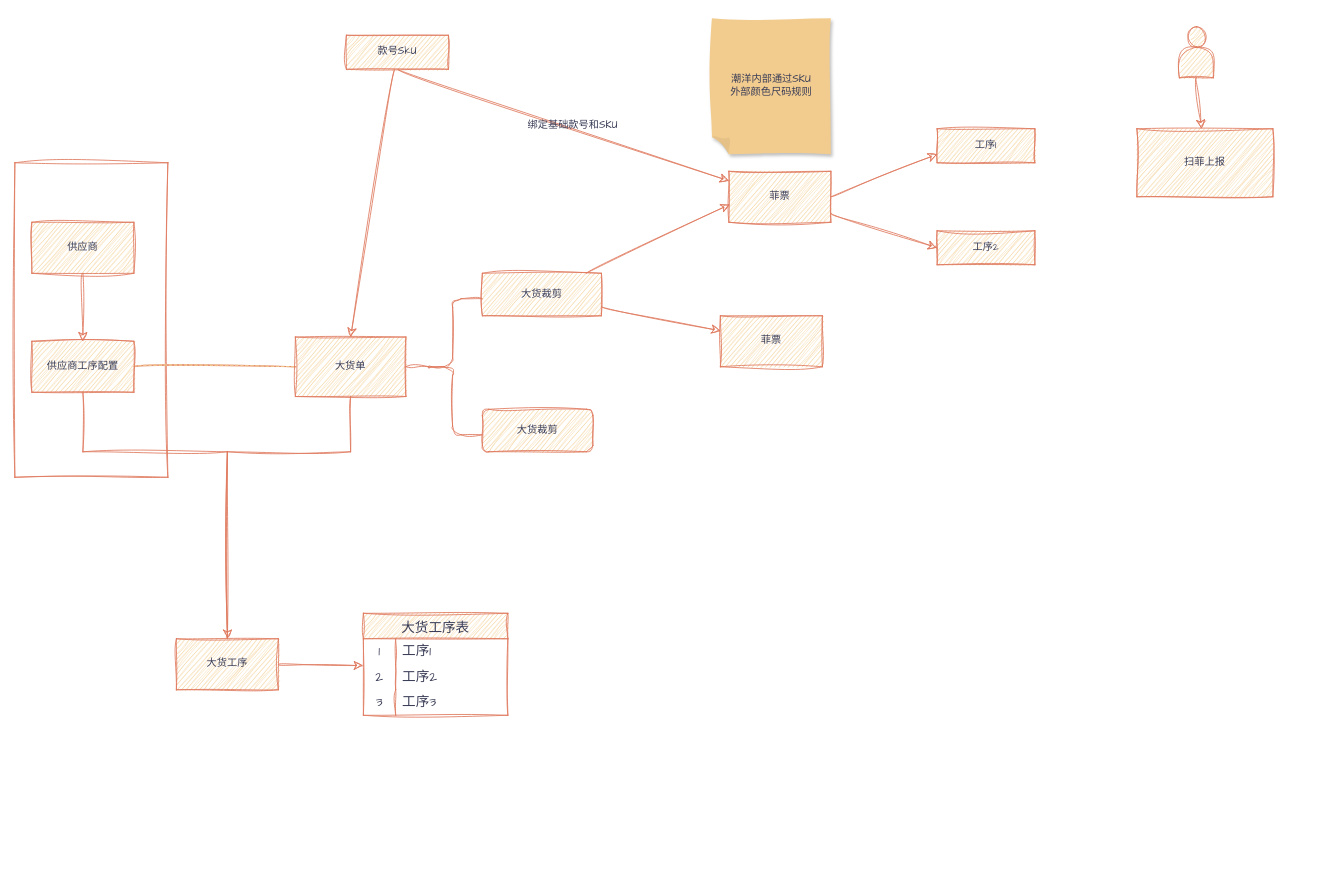
Before: mes整理.drawio in zachary-lzc/diagram, a draw.io diagram. Source tidied: cells renumbered, new cells numbered last; positions are measured from the earlier drawing's top-left corner, leaving out a move shared by most shapes. Both pictures are drawn from the tidied source at 85%, with x=0, y=0 at pixel (14, 18). Pictures stored in the file or linked from it are replaced by grey dashed boxes.
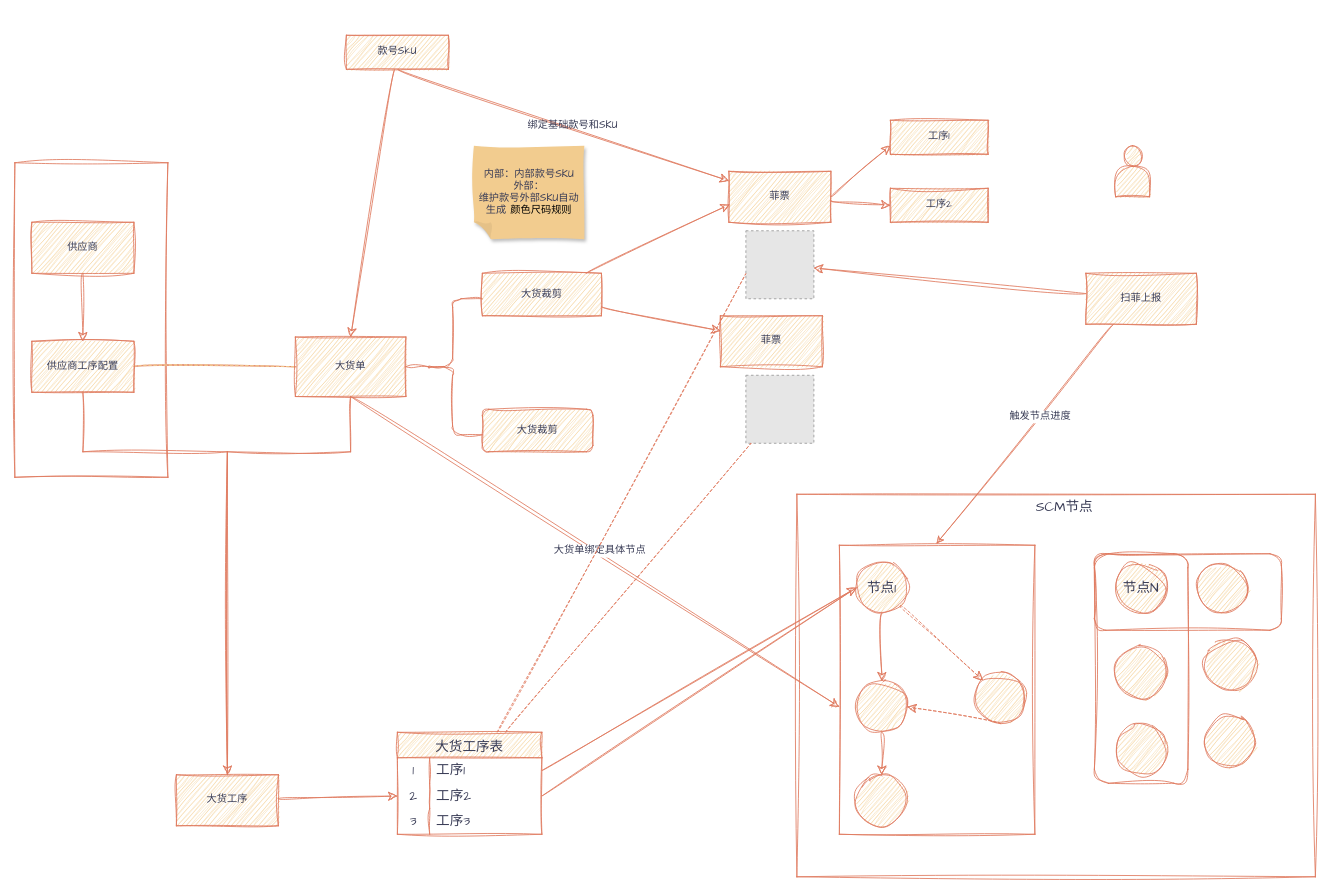
The same diagram, later.

Unchanged cells that the change refers to:
```xml
<mxCell id="10" value="大货单" style="rounded=0;whiteSpace=wrap;html=1;sketch=1;hachureGap=4;jiggle=2;curveFitting=1;strokeColor=#E07A5F;fontFamily=Architects Daughter;fontColor=#393C56;fillColor=#F2CC8F;labelBackgroundColor=none;" parent="1" vertex="1">
  <mxGeometry x="330" y="375" width="130" height="70" as="geometry" />
</mxCell>
<mxCell id="33" style="shape=tableRow;horizontal=0;startSize=0;swimlaneHead=0;swimlaneBody=0;top=0;left=0;bottom=0;right=0;fillColor=none;points=[[0,0.5],[1,0.5]];portConstraint=eastwest;strokeColor=#E07A5F;fontSize=16;sketch=1;hachureGap=4;jiggle=2;curveFitting=1;fontFamily=Architects Daughter;fontColor=#393C56;labelBackgroundColor=none;" parent="32" vertex="1">
  <mxGeometry y="30" width="170" height="30" as="geometry" />
</mxCell>
<mxCell id="36" style="shape=tableRow;horizontal=0;startSize=0;swimlaneHead=0;swimlaneBody=0;top=0;left=0;bottom=0;right=0;fillColor=none;points=[[0,0.5],[1,0.5]];portConstraint=eastwest;strokeColor=#E07A5F;fontSize=16;sketch=1;hachureGap=4;jiggle=2;curveFitting=1;fontFamily=Architects Daughter;fontColor=#393C56;labelBackgroundColor=none;" parent="32" vertex="1">
  <mxGeometry y="60" width="170" height="30" as="geometry" />
</mxCell>
```

Change to the diagram source:
```diff
@@
+    <mxCell id="45" style="edgeStyle=none;curved=1;rounded=0;sketch=1;hachureGap=4;jiggle=2;curveFitting=1;jettySize=auto;html=1;exitX=0.5;exitY=1;exitDx=0;exitDy=0;strokeColor=#E07A5F;fontFamily=Architects Daughter;fontSize=12;fontColor=#393C56;startSize=8;endSize=8;fillColor=#F2CC8F;entryX=0;entryY=0.559;entryDx=0;entryDy=0;entryPerimeter=0;" parent="1" edge="1" source="10" target="56">
+      <mxGeometry relative="1" as="geometry" />
+    </mxCell>
+    <mxCell id="46" value="大货单绑定具体节点" style="edgeLabel;html=1;align=center;verticalAlign=middle;fontSize=12;sketch=1;hachureGap=4;jiggle=2;curveFitting=1;strokeColor=#E07A5F;fontFamily=Architects Daughter;fontColor=#393C56;fillColor=#F2CC8F;" parent="45" vertex="1">
+      <mxGeometry x="0.01" y="3" relative="1" as="geometry" />
+    </mxCell>
@@
     <mxCell id="11" value="大货工序" style="whiteSpace=wrap;html=1;fontFamily=Architects Daughter;fillColor=#F2CC8F;strokeColor=#E07A5F;fontColor=#393C56;rounded=0;sketch=1;hachureGap=4;jiggle=2;curveFitting=1;labelBackgroundColor=none;" parent="1" vertex="1">
-      <mxGeometry x="190" y="730" width="120" height="60" as="geometry" />
+      <mxGeometry x="190" y="890" width="120" height="60" as="geometry" />
     </mxCell>
@@
-    <mxCell id="28" value="潮洋内部通过SKU&lt;div&gt;外部颜色尺码规则&lt;/div&gt;" style="shape=note;whiteSpace=wrap;html=1;backgroundOutline=1;fontColor=#393C56;darkOpacity=0.05;fillColor=#F2CC8F;strokeColor=none;fillStyle=solid;direction=west;gradientDirection=north;shadow=1;size=20;sketch=1;hachureGap=4;jiggle=2;curveFitting=1;fontFamily=Architects Daughter;labelBackgroundColor=none;" parent="1" vertex="1">
-      <mxGeometry x="820" width="140" height="160" as="geometry" />
+    <mxCell id="28" value="内部：内部款号SKU&lt;div&gt;外部：&lt;/div&gt;&lt;div&gt;维护款号外部SKU自动生成&amp;nbsp;&lt;span style=&quot;background-color: transparent; color: light-dark(rgb(0, 0, 0), rgb(237, 237, 237));&quot;&gt;颜色尺码规则&lt;/span&gt;&lt;/div&gt;" style="shape=note;whiteSpace=wrap;html=1;backgroundOutline=1;fontColor=#393C56;darkOpacity=0.05;fillColor=#F2CC8F;strokeColor=none;fillStyle=solid;direction=west;gradientDirection=north;shadow=1;size=20;sketch=1;hachureGap=4;jiggle=2;curveFitting=1;fontFamily=Architects Daughter;labelBackgroundColor=none;" parent="1" vertex="1">
+      <mxGeometry x="540" y="150" width="130" height="110" as="geometry" />
     </mxCell>
+    <mxCell id="47" style="edgeStyle=none;curved=1;rounded=0;sketch=1;hachureGap=4;jiggle=2;curveFitting=1;jettySize=auto;html=1;strokeColor=#E07A5F;fontFamily=Architects Daughter;fontSize=12;fontColor=#393C56;startSize=8;endSize=8;fillColor=#F2CC8F;" parent="1" edge="1" source="29" target="50">
+      <mxGeometry relative="1" as="geometry" />
+    </mxCell>
+    <mxCell id="48" style="edgeStyle=none;curved=1;rounded=0;sketch=1;hachureGap=4;jiggle=2;curveFitting=1;jettySize=auto;html=1;exitX=0.25;exitY=1;exitDx=0;exitDy=0;strokeColor=#E07A5F;fontFamily=Architects Daughter;fontSize=12;fontColor=#393C56;fillColor=#F2CC8F;shape=filledEdge;entryX=0.497;entryY=-0.006;entryDx=0;entryDy=0;entryPerimeter=0;" parent="1" edge="1" source="29" target="56">
+      <mxGeometry relative="1" as="geometry" />
+    </mxCell>
+    <mxCell id="49" value="触发节点进度" style="edgeLabel;html=1;align=center;verticalAlign=middle;fontSize=12;sketch=1;hachureGap=4;jiggle=2;curveFitting=1;strokeColor=#E07A5F;fontFamily=Architects Daughter;fontColor=#393C56;fillColor=#F2CC8F;" parent="48" vertex="1">
+      <mxGeometry x="-0.16" relative="1" as="geometry" />
+    </mxCell>
     <mxCell id="29" value="扫菲上报" style="rounded=0;whiteSpace=wrap;html=1;sketch=1;hachureGap=4;jiggle=2;curveFitting=1;strokeColor=#E07A5F;fontFamily=Architects Daughter;fontColor=#393C56;fillColor=#F2CC8F;labelBackgroundColor=none;" parent="1" vertex="1">
-      <mxGeometry x="1320" y="130" width="160" height="80" as="geometry" />
+      <mxGeometry x="1260" y="300" width="130" height="60" as="geometry" />
     </mxCell>
     <mxCell id="30" value="工序1" style="rounded=0;whiteSpace=wrap;html=1;sketch=1;hachureGap=4;jiggle=2;curveFitting=1;strokeColor=#E07A5F;fontFamily=Architects Daughter;fontColor=#393C56;fillColor=#F2CC8F;labelBackgroundColor=none;" parent="1" vertex="1">
-      <mxGeometry x="1085" y="130" width="115" height="40" as="geometry" />
+      <mxGeometry x="1030" y="120" width="115" height="40" as="geometry" />
     </mxCell>
     <mxCell id="31" value="工序2" style="rounded=0;whiteSpace=wrap;html=1;sketch=1;hachureGap=4;jiggle=2;curveFitting=1;strokeColor=#E07A5F;fontFamily=Architects Daughter;fontColor=#393C56;fillColor=#F2CC8F;labelBackgroundColor=none;" parent="1" vertex="1">
-      <mxGeometry x="1085" y="250" width="115" height="40" as="geometry" />
+      <mxGeometry x="1030" y="200" width="115" height="40" as="geometry" />
     </mxCell>
     <mxCell id="32" value="大货工序表" style="shape=table;startSize=30;childLayout=tableLayout;rowLines=0;fontStyle=0;strokeColor=#E07A5F;fontSize=16;sketch=1;hachureGap=4;jiggle=2;curveFitting=1;fontFamily=Architects Daughter;fontColor=#393C56;fillColor=#F2CC8F;labelBackgroundColor=none;" parent="1" vertex="1">
-      <mxGeometry x="410" y="700" width="170" height="120" as="geometry" />
+      <mxGeometry x="450" y="840" width="170" height="120" as="geometry" />
     </mxCell>
@@
-    <mxCell id="42" style="edgeStyle=none;curved=1;rounded=0;sketch=1;hachureGap=4;jiggle=2;curveFitting=1;jettySize=auto;html=1;entryX=-0.003;entryY=0.051;entryDx=0;entryDy=0;entryPerimeter=0;strokeColor=#E07A5F;fontFamily=Architects Daughter;fontSize=12;fontColor=default;startSize=8;endSize=8;fillColor=#F2CC8F;labelBackgroundColor=none;" parent="1" edge="1" source="11" target="36">
+    <mxCell id="42" style="edgeStyle=none;curved=1;rounded=0;sketch=1;hachureGap=4;jiggle=2;curveFitting=1;jettySize=auto;html=1;strokeColor=#E07A5F;fontFamily=Architects Daughter;fontSize=12;fontColor=#393C56;startSize=8;endSize=8;fillColor=#F2CC8F;entryX=0;entryY=0.5;entryDx=0;entryDy=0;" parent="1" edge="1" source="11" target="36">
       <mxGeometry relative="1" as="geometry" />
     </mxCell>
-    <mxCell id="43" style="edgeStyle=none;curved=1;rounded=0;sketch=1;hachureGap=4;jiggle=2;curveFitting=1;jettySize=auto;html=1;exitX=0.5;exitY=1;exitDx=0;exitDy=0;strokeColor=#E07A5F;fontFamily=Architects Daughter;fontSize=12;fontColor=default;startSize=8;endSize=8;fillColor=#F2CC8F;labelBackgroundColor=none;" parent="1" edge="1" source="44" target="29">
-      <mxGeometry relative="1" as="geometry" />
-    </mxCell>
     <mxCell id="44" style="shape=actor;whiteSpace=wrap;html=1;sketch=1;hachureGap=4;jiggle=2;curveFitting=1;strokeColor=#E07A5F;fontFamily=Architects Daughter;fontColor=#393C56;fillColor=#F2CC8F;labelBackgroundColor=none;" parent="1" vertex="1">
-      <mxGeometry x="1370" y="10" width="40" height="60" as="geometry" />
+      <mxGeometry x="1295" y="150" width="40" height="60" as="geometry" />
     </mxCell>
+    <mxCell id="50" style="fillColor=#E6E6E6;strokeColor=#999999;dashed=1;html=1;verticalAlign=top;verticalLabelPosition=bottom;labelBackgroundColor=#ffffff;fontFamily=Architects Daughter;fontColor=#FFCC99;" parent="1" vertex="1">
+      <mxGeometry x="860" y="250" width="80" height="80" as="geometry" />
+    </mxCell>
+    <mxCell id="51" style="fillColor=#E6E6E6;strokeColor=#999999;dashed=1;html=1;verticalAlign=top;verticalLabelPosition=bottom;labelBackgroundColor=#ffffff;fontFamily=Architects Daughter;fontColor=#FFCC99;" parent="1" vertex="1">
+      <mxGeometry x="860" y="420" width="80" height="80" as="geometry" />
+    </mxCell>
+    <mxCell id="52" style="edgeStyle=none;curved=1;rounded=0;sketch=1;hachureGap=4;jiggle=2;curveFitting=1;jettySize=auto;html=1;entryX=-0.002;entryY=0.633;entryDx=0;entryDy=0;entryPerimeter=0;strokeColor=#E07A5F;fontFamily=Architects Daughter;fontSize=12;fontColor=#393C56;startSize=8;endSize=8;fillColor=#F2CC8F;dashed=1;endArrow=none;endFill=0;" parent="1" edge="1" source="32" target="50">
+      <mxGeometry relative="1" as="geometry" />
+    </mxCell>
+    <mxCell id="53" style="edgeStyle=none;curved=1;rounded=0;sketch=1;hachureGap=4;jiggle=2;curveFitting=1;jettySize=auto;html=1;strokeColor=#E07A5F;fontFamily=Architects Daughter;fontSize=12;fontColor=#393C56;startSize=8;endSize=8;fillColor=#F2CC8F;endArrow=none;endFill=0;dashed=1;exitX=0.75;exitY=0;exitDx=0;exitDy=0;" parent="1" edge="1" source="32" target="51">
+      <mxGeometry relative="1" as="geometry" />
+    </mxCell>
+    <mxCell id="54" style="group;" parent="1" vertex="1">
+      <mxGeometry x="970" y="620" width="230" height="340" as="geometry" />
+    </mxCell>
+    <mxCell id="55" style="shape=table;startSize=0;childLayout=tableLayout;sketch=1;hachureGap=4;jiggle=2;curveFitting=1;strokeColor=#E07A5F;fontFamily=Architects Daughter;fontColor=#393C56;fillColor=none;" parent="54" vertex="1">
+      <mxGeometry width="230" height="340" as="geometry" />
+    </mxCell>
+    <mxCell id="56" style="shape=tableRow;horizontal=0;startSize=0;swimlaneHead=0;swimlaneBody=0;strokeColor=inherit;top=0;left=0;bottom=0;right=0;fillColor=none;points=[[0,0.5],[1,0.5]];portConstraint=eastwest;sketch=1;hachureGap=4;jiggle=2;curveFitting=1;fontFamily=Architects Daughter;fontColor=#393C56;" parent="55" vertex="1">
+      <mxGeometry width="230" height="340" as="geometry" />
+    </mxCell>
+    <mxCell id="57" style="shape=partialRectangle;html=1;whiteSpace=wrap;strokeColor=inherit;overflow=hidden;fillColor=none;top=0;left=0;bottom=0;right=0;sketch=1;hachureGap=4;jiggle=2;curveFitting=1;fontFamily=Architects Daughter;fontColor=#393C56;" parent="56" vertex="1">
+      <mxGeometry width="230" height="340" as="geometry" />
+    </mxCell>
+    <mxCell id="58" style="verticalLabelPosition=bottom;verticalAlign=top;html=1;shape=mxgraph.flowchart.on-page_reference;sketch=1;hachureGap=4;jiggle=2;curveFitting=1;strokeColor=#E07A5F;fontFamily=Architects Daughter;fontColor=#393C56;fillColor=#F2CC8F;" parent="54" vertex="1">
+      <mxGeometry x="20" y="20" width="60" height="60" as="geometry" />
+    </mxCell>
+    <mxCell id="59" style="verticalLabelPosition=bottom;verticalAlign=top;html=1;shape=mxgraph.flowchart.on-page_reference;sketch=1;hachureGap=4;jiggle=2;curveFitting=1;strokeColor=#E07A5F;fontFamily=Architects Daughter;fontColor=#393C56;fillColor=#F2CC8F;" parent="54" vertex="1">
+      <mxGeometry x="20" y="160" width="60" height="60" as="geometry" />
+    </mxCell>
+    <mxCell id="60" style="verticalLabelPosition=bottom;verticalAlign=top;html=1;shape=mxgraph.flowchart.on-page_reference;sketch=1;hachureGap=4;jiggle=2;curveFitting=1;strokeColor=#E07A5F;fontFamily=Architects Daughter;fontColor=#393C56;fillColor=#F2CC8F;" parent="54" vertex="1">
+      <mxGeometry x="20" y="270" width="60" height="60" as="geometry" />
+    </mxCell>
+    <mxCell id="61" style="edgeStyle=none;curved=1;rounded=0;sketch=1;hachureGap=4;jiggle=2;curveFitting=1;jettySize=auto;html=1;exitX=0.5;exitY=1;exitDx=0;exitDy=0;exitPerimeter=0;strokeColor=#E07A5F;fontFamily=Architects Daughter;fontSize=12;fontColor=#393C56;startSize=8;endSize=8;fillColor=#F2CC8F;entryX=1;entryY=0.5;entryDx=0;entryDy=0;entryPerimeter=0;dashed=1;" parent="54" edge="1" source="62" target="59">
+      <mxGeometry relative="1" as="geometry" />
+    </mxCell>
+    <mxCell id="62" style="verticalLabelPosition=bottom;verticalAlign=top;html=1;shape=mxgraph.flowchart.on-page_reference;sketch=1;hachureGap=4;jiggle=2;curveFitting=1;strokeColor=#E07A5F;fontFamily=Architects Daughter;fontColor=#393C56;fillColor=#F2CC8F;" parent="54" vertex="1">
+      <mxGeometry x="160" y="150" width="60" height="60" as="geometry" />
+    </mxCell>
+    <mxCell id="63" style="edgeStyle=none;curved=1;rounded=0;sketch=1;hachureGap=4;jiggle=2;curveFitting=1;jettySize=auto;html=1;exitX=0.5;exitY=1;exitDx=0;exitDy=0;exitPerimeter=0;entryX=0.5;entryY=0;entryDx=0;entryDy=0;entryPerimeter=0;strokeColor=#E07A5F;fontFamily=Architects Daughter;fontSize=12;fontColor=#393C56;startSize=8;endSize=8;fillColor=#F2CC8F;" parent="54" edge="1" source="58" target="59">
+      <mxGeometry relative="1" as="geometry" />
+    </mxCell>
+    <mxCell id="64" style="edgeStyle=none;curved=1;rounded=0;sketch=1;hachureGap=4;jiggle=2;curveFitting=1;jettySize=auto;html=1;entryX=0.5;entryY=0;entryDx=0;entryDy=0;entryPerimeter=0;strokeColor=#E07A5F;fontFamily=Architects Daughter;fontSize=12;fontColor=#393C56;startSize=8;endSize=8;fillColor=#F2CC8F;" parent="54" edge="1" source="59" target="60">
+      <mxGeometry relative="1" as="geometry" />
+    </mxCell>
+    <mxCell id="65" style="edgeStyle=none;curved=1;rounded=0;sketch=1;hachureGap=4;jiggle=2;curveFitting=1;jettySize=auto;html=1;exitX=0.855;exitY=0.855;exitDx=0;exitDy=0;exitPerimeter=0;entryX=0.145;entryY=0.145;entryDx=0;entryDy=0;entryPerimeter=0;strokeColor=#E07A5F;fontFamily=Architects Daughter;fontSize=12;fontColor=#393C56;startSize=8;endSize=8;fillColor=#F2CC8F;endArrow=classic;endFill=1;dashed=1;" parent="54" edge="1" source="58" target="62">
+      <mxGeometry relative="1" as="geometry" />
+    </mxCell>
+    <mxCell id="66" value="节点1" style="text;strokeColor=none;fillColor=none;html=1;align=center;verticalAlign=middle;whiteSpace=wrap;rounded=0;fontSize=16;fontFamily=Architects Daughter;fontColor=#393C56;" parent="54" vertex="1">
+      <mxGeometry x="20" y="35" width="60" height="30" as="geometry" />
+    </mxCell>
+    <mxCell id="67" style="endArrow=classic;html=1;rounded=0;sketch=1;hachureGap=4;jiggle=2;curveFitting=1;strokeColor=#E07A5F;fontFamily=Architects Daughter;fontSize=12;fontColor=#393C56;startSize=8;endSize=8;curved=1;fillColor=#F2CC8F;exitX=1;exitY=0.5;exitDx=0;exitDy=0;entryX=0;entryY=0.5;entryDx=0;entryDy=0;" parent="1" edge="1" source="33" target="66">
+      <mxGeometry relative="1" as="geometry" />
+    </mxCell>
+    <mxCell id="68" style="edgeStyle=none;curved=1;rounded=0;sketch=1;hachureGap=4;jiggle=2;curveFitting=1;jettySize=auto;html=1;exitX=1;exitY=0.5;exitDx=0;exitDy=0;strokeColor=#E07A5F;fontFamily=Architects Daughter;fontSize=12;fontColor=#393C56;startSize=8;endSize=8;fillColor=#F2CC8F;endArrow=none;endFill=0;entryX=0;entryY=0.5;entryDx=0;entryDy=0;entryPerimeter=0;" parent="1" edge="1" source="36" target="58">
+      <mxGeometry relative="1" as="geometry" />
+    </mxCell>
+    <mxCell id="69" style="verticalLabelPosition=bottom;verticalAlign=top;html=1;shape=mxgraph.flowchart.on-page_reference;sketch=1;hachureGap=4;jiggle=2;curveFitting=1;strokeColor=#E07A5F;fontFamily=Architects Daughter;fontColor=#393C56;fillColor=#F2CC8F;" parent="1" vertex="1">
+      <mxGeometry x="1295" y="640" width="60" height="60" as="geometry" />
+    </mxCell>
+    <mxCell id="70" style="verticalLabelPosition=bottom;verticalAlign=top;html=1;shape=mxgraph.flowchart.on-page_reference;sketch=1;hachureGap=4;jiggle=2;curveFitting=1;strokeColor=#E07A5F;fontFamily=Architects Daughter;fontColor=#393C56;fillColor=#F2CC8F;" parent="1" vertex="1">
+      <mxGeometry x="1295" y="740" width="60" height="60" as="geometry" />
+    </mxCell>
+    <mxCell id="71" style="verticalLabelPosition=bottom;verticalAlign=top;html=1;shape=mxgraph.flowchart.on-page_reference;sketch=1;hachureGap=4;jiggle=2;curveFitting=1;strokeColor=#E07A5F;fontFamily=Architects Daughter;fontColor=#393C56;fillColor=#F2CC8F;" parent="1" vertex="1">
+      <mxGeometry x="1295" y="830" width="60" height="60" as="geometry" />
+    </mxCell>
+    <mxCell id="72" value="节点N" style="text;strokeColor=none;fillColor=none;html=1;align=center;verticalAlign=middle;whiteSpace=wrap;rounded=0;fontSize=16;fontFamily=Architects Daughter;fontColor=#393C56;" parent="1" vertex="1">
+      <mxGeometry x="1295" y="655" width="60" height="30" as="geometry" />
+    </mxCell>
+    <mxCell id="73" style="verticalLabelPosition=bottom;verticalAlign=top;html=1;shape=mxgraph.flowchart.on-page_reference;sketch=1;hachureGap=4;jiggle=2;curveFitting=1;strokeColor=#E07A5F;fontFamily=Architects Daughter;fontColor=#393C56;fillColor=#F2CC8F;" parent="1" vertex="1">
+      <mxGeometry x="1400" y="730" width="60" height="60" as="geometry" />
+    </mxCell>
+    <mxCell id="74" style="verticalLabelPosition=bottom;verticalAlign=top;html=1;shape=mxgraph.flowchart.on-page_reference;sketch=1;hachureGap=4;jiggle=2;curveFitting=1;strokeColor=#E07A5F;fontFamily=Architects Daughter;fontColor=#393C56;fillColor=#F2CC8F;" parent="1" vertex="1">
+      <mxGeometry x="1390" y="640" width="60" height="60" as="geometry" />
+    </mxCell>
+    <mxCell id="75" style="verticalLabelPosition=bottom;verticalAlign=top;html=1;shape=mxgraph.flowchart.on-page_reference;sketch=1;hachureGap=4;jiggle=2;curveFitting=1;strokeColor=#E07A5F;fontFamily=Architects Daughter;fontColor=#393C56;fillColor=#F2CC8F;" parent="1" vertex="1">
+      <mxGeometry x="1400" y="820" width="60" height="60" as="geometry" />
+    </mxCell>
+    <mxCell id="76" style="shape=table;startSize=0;childLayout=tableLayout;sketch=1;hachureGap=4;jiggle=2;curveFitting=1;strokeColor=#E07A5F;fontFamily=Architects Daughter;fontColor=#393C56;fillColor=none;" parent="1" vertex="1">
+      <mxGeometry x="920" y="560" width="610" height="450" as="geometry" />
+    </mxCell>
+    <mxCell id="77" style="shape=tableRow;horizontal=0;startSize=0;swimlaneHead=0;swimlaneBody=0;strokeColor=inherit;top=0;left=0;bottom=0;right=0;fillColor=none;sketch=1;hachureGap=4;jiggle=2;curveFitting=1;fontFamily=Architects Daughter;fontColor=#393C56;" parent="76" vertex="1">
+      <mxGeometry width="610" height="450" as="geometry" />
+    </mxCell>
+    <mxCell id="78" style="shape=partialRectangle;html=1;whiteSpace=wrap;strokeColor=inherit;overflow=hidden;fillColor=none;top=0;left=0;bottom=0;right=0;sketch=1;hachureGap=4;jiggle=2;curveFitting=1;fontFamily=Architects Daughter;fontColor=#393C56;" parent="77" vertex="1">
+      <mxGeometry width="610" height="450" as="geometry" />
+    </mxCell>
+    <mxCell id="79" style="rounded=1;whiteSpace=wrap;html=1;sketch=1;hachureGap=4;jiggle=2;curveFitting=1;strokeColor=#E07A5F;fontFamily=Architects Daughter;fontColor=#393C56;fillColor=none;" parent="1" vertex="1">
+      <mxGeometry x="1270" y="630" width="220" height="90" as="geometry" />
+    </mxCell>
+    <mxCell id="80" style="rounded=1;whiteSpace=wrap;html=1;sketch=1;hachureGap=4;jiggle=2;curveFitting=1;strokeColor=#E07A5F;fontFamily=Architects Daughter;fontColor=#393C56;fillColor=none;" parent="1" vertex="1">
+      <mxGeometry x="1270" y="630" width="110" height="270" as="geometry" />
+    </mxCell>
+    <mxCell id="81" value="SCM节点" style="text;strokeColor=none;fillColor=none;html=1;align=center;verticalAlign=middle;whiteSpace=wrap;rounded=0;fontSize=16;fontFamily=Architects Daughter;fontColor=#393C56;" parent="1" vertex="1">
+      <mxGeometry x="1170" y="560" width="130" height="30" as="geometry" />
+    </mxCell>
```
